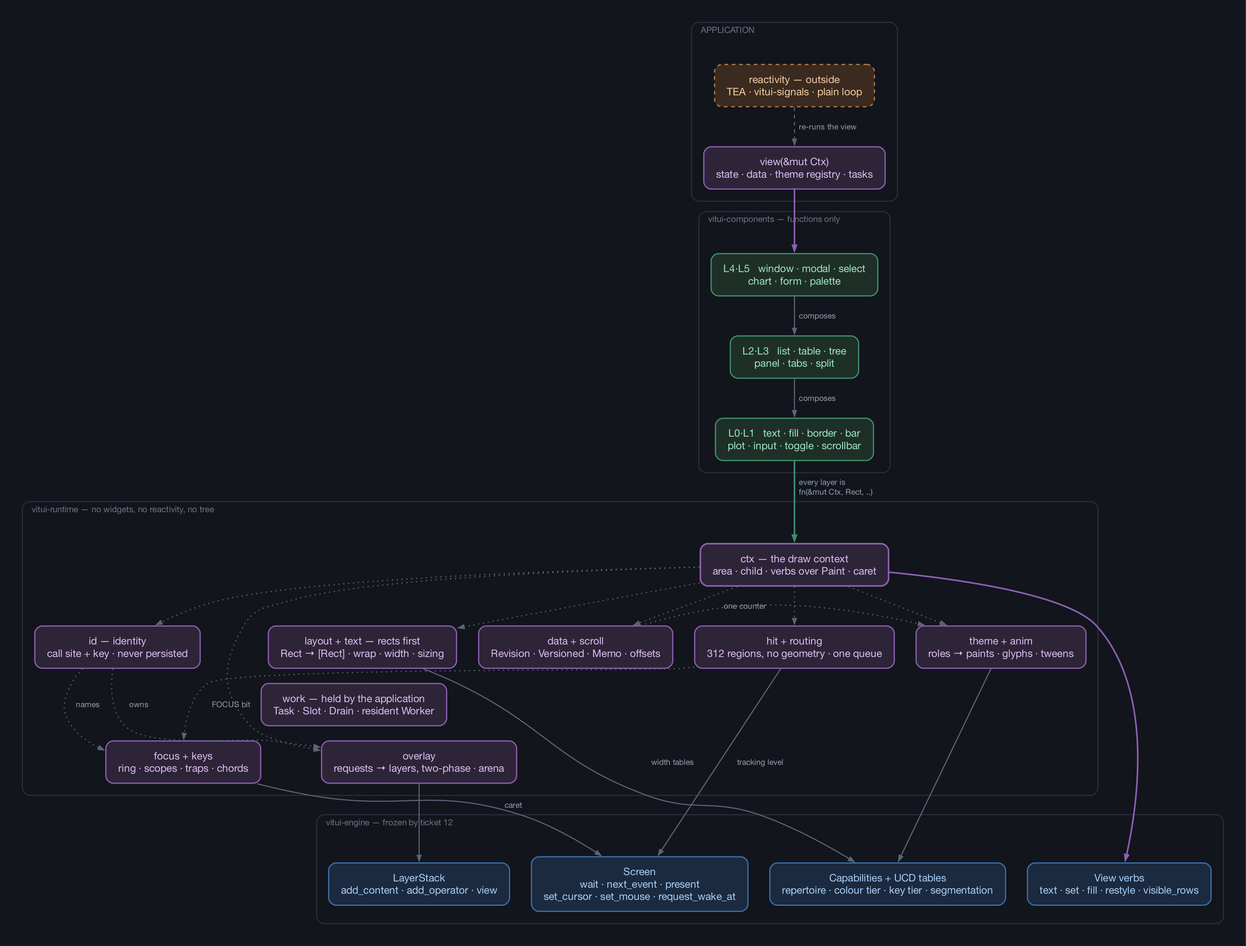
This is docs/img/runtime-stack.png from vitui-rs/vitui, a Graphviz export, as it was before one commit. Its source is kept beside it as docs/img/runtime-stack.dot.
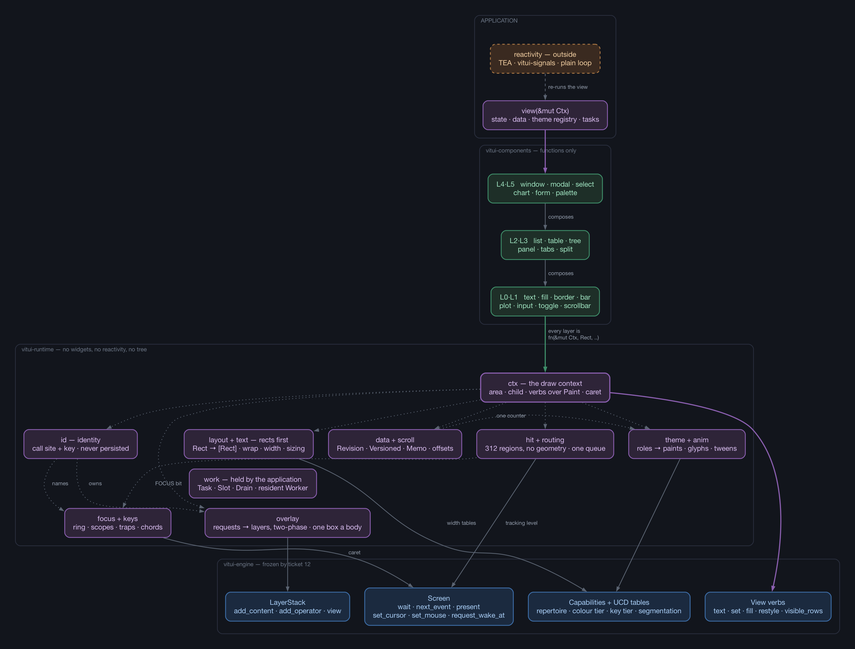
After the commit.

Diff of the diagram source:
```diff
@@ -40,7 +40,7 @@
             fillcolor="#2e2438" color="#8b5fb0" fontcolor="#d9bdf0"]
     focus  [label="focus + keys\nring · scopes · traps · chords"
             fillcolor="#2e2438" color="#8b5fb0" fontcolor="#d9bdf0"]
-    ovl    [label="overlay\nrequests → layers, two-phase · arena"
+    ovl    [label="overlay\nrequests → layers, two-phase · one box a body"
             fillcolor="#2e2438" color="#8b5fb0" fontcolor="#d9bdf0"]
     data   [label="data + scroll\nRevision · Versioned · Memo · offsets"
             fillcolor="#2e2438" color="#8b5fb0" fontcolor="#d9bdf0"]
```
